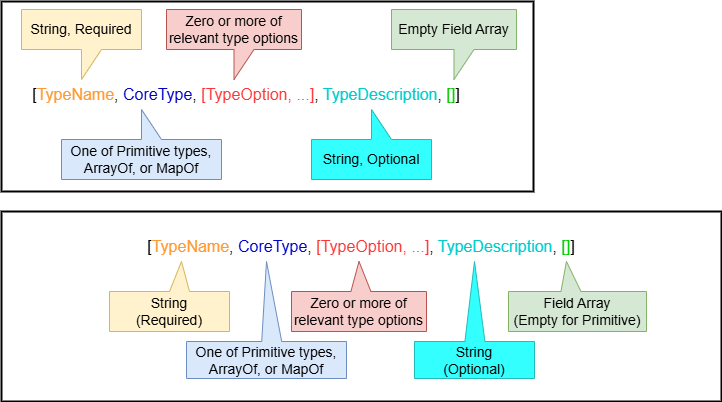
oasis-tcs/openc2-jadn-im keeps this draw.io diagram as images/JADN-primitive-json-ALT.drawio.png. Above is the earlier version. Source tidied: cells renumbered, new cells last; positions are measured from the earlier drawing's top-left corner, leaving out a move shared by most shapes. Its diagram source:
```xml
<mxGraphModel background="#ffffff">
  <root>
    <mxCell id="0" />
    <mxCell id="1" value="Background" parent="0" />
    <mxCell id="2" style="rounded=0;whiteSpace=wrap;html=1;fontSize=16;fontColor=#00CC00;fillColor=default;strokeWidth=2;" parent="1" vertex="1">
      <mxGeometry y="210" width="720" height="190" as="geometry" />
    </mxCell>
    <mxCell id="3" style="rounded=0;whiteSpace=wrap;html=1;fontSize=16;fontColor=#00CC00;fillColor=default;strokeWidth=2;" parent="1" vertex="1">
      <mxGeometry width="532" height="190" as="geometry" />
    </mxCell>
    <mxCell id="4" value="[&lt;font color=&quot;#ff9933&quot; style=&quot;font-size: 16px;&quot;&gt;TypeName&lt;/font&gt;, &lt;font color=&quot;#0000cc&quot; style=&quot;font-size: 16px;&quot;&gt;CoreType&lt;/font&gt;, &lt;font color=&quot;#ff3333&quot; style=&quot;font-size: 16px;&quot;&gt;[TypeOption, ...]&lt;/font&gt;, &lt;font color=&quot;#00cccc&quot; style=&quot;font-size: 16px;&quot;&gt;TypeDescription&lt;/font&gt;, &lt;font color=&quot;#00cc00&quot; style=&quot;font-size: 16px;&quot;&gt;[]&lt;/font&gt;]" style="text;html=1;strokeColor=none;fillColor=none;align=center;verticalAlign=middle;whiteSpace=wrap;rounded=0;fontSize=16;" parent="1" vertex="1">
      <mxGeometry x="10" y="78" width="470" height="30" as="geometry" />
    </mxCell>
    <mxCell id="5" value="String, Required" style="shape=callout;whiteSpace=wrap;html=1;perimeter=calloutPerimeter;fontSize=14;fillColor=#fff2cc;strokeColor=#d6b656;" parent="1" vertex="1">
      <mxGeometry x="20" y="8" width="120" height="70" as="geometry" />
    </mxCell>
    <mxCell id="6" value="One of Primitive types, ArrayOf, or MapOf" style="shape=callout;whiteSpace=wrap;html=1;perimeter=calloutPerimeter;fontSize=14;fillColor=#dae8fc;strokeColor=#6c8ebf;position2=0.5;flipV=1;" parent="1" vertex="1">
      <mxGeometry x="60" y="108" width="160" height="70" as="geometry" />
    </mxCell>
    <mxCell id="7" value="Zero or more of relevant type options" style="shape=callout;whiteSpace=wrap;html=1;perimeter=calloutPerimeter;fontSize=14;fillColor=#f8cecc;strokeColor=#b85450;" parent="1" vertex="1">
      <mxGeometry x="165" y="8" width="135" height="70" as="geometry" />
    </mxCell>
    <mxCell id="8" value="String, Optional" style="shape=callout;whiteSpace=wrap;html=1;perimeter=calloutPerimeter;fontSize=14;fillColor=#33FFFF;strokeColor=#25BABA;flipV=1;" parent="1" vertex="1">
      <mxGeometry x="310" y="108" width="120" height="70" as="geometry" />
    </mxCell>
    <mxCell id="9" value="Empty Field Array" style="shape=callout;whiteSpace=wrap;html=1;perimeter=calloutPerimeter;fontSize=14;fillColor=#d5e8d4;strokeColor=#82b366;" parent="1" vertex="1">
      <mxGeometry x="390" y="8" width="125" height="70" as="geometry" />
    </mxCell>
    <mxCell id="10" value="Image" parent="0" />
    <mxCell id="11" value="[&lt;font color=&quot;#ff9933&quot; style=&quot;font-size: 16px;&quot;&gt;TypeName&lt;/font&gt;, &lt;font color=&quot;#0000cc&quot; style=&quot;font-size: 16px;&quot;&gt;CoreType&lt;/font&gt;, &lt;font color=&quot;#ff3333&quot; style=&quot;font-size: 16px;&quot;&gt;[TypeOption, ...]&lt;/font&gt;, &lt;font color=&quot;#00cccc&quot; style=&quot;font-size: 16px;&quot;&gt;TypeDescription&lt;/font&gt;, &lt;font style=&quot;font-size: 16px; color: rgb(0, 204, 0);&quot;&gt;[]&lt;/font&gt;]" style="text;html=1;strokeColor=none;fillColor=none;align=center;verticalAlign=middle;whiteSpace=wrap;rounded=0;fontSize=16;" parent="10" vertex="1">
      <mxGeometry x="125" y="230" width="470" height="30" as="geometry" />
    </mxCell>
    <mxCell id="12" value="String&lt;br&gt;(Required)" style="shape=callout;whiteSpace=wrap;html=1;perimeter=calloutPerimeter;fontSize=14;fillColor=#fff2cc;strokeColor=#d6b656;flipV=1;size=30;position=0.5;position2=0.6;" parent="10" vertex="1">
      <mxGeometry x="108" y="260" width="120" height="70" as="geometry" />
    </mxCell>
    <mxCell id="13" value="One of Primitive types, ArrayOf, or MapOf" style="shape=callout;whiteSpace=wrap;html=1;perimeter=calloutPerimeter;fontSize=14;fillColor=#dae8fc;strokeColor=#6c8ebf;position2=0.5;flipV=1;size=80;position=0.47;" parent="10" vertex="1">
      <mxGeometry x="185" y="260" width="160" height="117" as="geometry" />
    </mxCell>
    <mxCell id="14" value="Zero or more of relevant type options" style="shape=callout;whiteSpace=wrap;html=1;perimeter=calloutPerimeter;fontSize=14;fillColor=#f8cecc;strokeColor=#b85450;flipV=1;size=30;position=0.44;" parent="10" vertex="1">
      <mxGeometry x="290" y="260" width="135" height="70" as="geometry" />
    </mxCell>
    <mxCell id="15" value="String&lt;div&gt;(Optional)&lt;/div&gt;" style="shape=callout;whiteSpace=wrap;html=1;perimeter=calloutPerimeter;fontSize=14;fillColor=#33FFFF;strokeColor=#25BABA;flipV=1;size=80;position=0.42;" parent="10" vertex="1">
      <mxGeometry x="413" y="260" width="120" height="117" as="geometry" />
    </mxCell>
    <mxCell id="16" value="Field Array&lt;div&gt;(Empty for Primitive)&lt;/div&gt;" style="shape=callout;whiteSpace=wrap;html=1;perimeter=calloutPerimeter;fontSize=14;fillColor=#d5e8d4;strokeColor=#82b366;flipV=1;size=30;position=0.38;position2=0.42;" parent="10" vertex="1">
      <mxGeometry x="507" y="260" width="138" height="70" as="geometry" />
    </mxCell>
  </root>
</mxGraphModel>
```
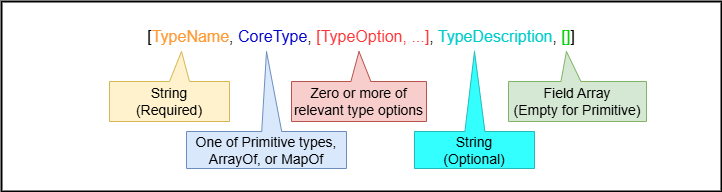
After the change.

Commit message:
remove as-is from -primitive- type diagram

Diff of the diagram source:
```diff
@@ -5,27 +5,6 @@
     <mxCell id="2" style="rounded=0;whiteSpace=wrap;html=1;fontSize=16;fontColor=#00CC00;fillColor=default;strokeWidth=2;" parent="1" vertex="1">
       <mxGeometry y="210" width="720" height="190" as="geometry" />
     </mxCell>
-    <mxCell id="3" style="rounded=0;whiteSpace=wrap;html=1;fontSize=16;fontColor=#00CC00;fillColor=default;strokeWidth=2;" parent="1" vertex="1">
-      <mxGeometry width="532" height="190" as="geometry" />
-    </mxCell>
-    <mxCell id="4" value="[&lt;font color=&quot;#ff9933&quot; style=&quot;font-size: 16px;&quot;&gt;TypeName&lt;/font&gt;, &lt;font color=&quot;#0000cc&quot; style=&quot;font-size: 16px;&quot;&gt;CoreType&lt;/font&gt;, &lt;font color=&quot;#ff3333&quot; style=&quot;font-size: 16px;&quot;&gt;[TypeOption, ...]&lt;/font&gt;, &lt;font color=&quot;#00cccc&quot; style=&quot;font-size: 16px;&quot;&gt;TypeDescription&lt;/font&gt;, &lt;font color=&quot;#00cc00&quot; style=&quot;font-size: 16px;&quot;&gt;[]&lt;/font&gt;]" style="text;html=1;strokeColor=none;fillColor=none;align=center;verticalAlign=middle;whiteSpace=wrap;rounded=0;fontSize=16;" parent="1" vertex="1">
-      <mxGeometry x="10" y="78" width="470" height="30" as="geometry" />
-    </mxCell>
-    <mxCell id="5" value="String, Required" style="shape=callout;whiteSpace=wrap;html=1;perimeter=calloutPerimeter;fontSize=14;fillColor=#fff2cc;strokeColor=#d6b656;" parent="1" vertex="1">
-      <mxGeometry x="20" y="8" width="120" height="70" as="geometry" />
-    </mxCell>
-    <mxCell id="6" value="One of Primitive types, ArrayOf, or MapOf" style="shape=callout;whiteSpace=wrap;html=1;perimeter=calloutPerimeter;fontSize=14;fillColor=#dae8fc;strokeColor=#6c8ebf;position2=0.5;flipV=1;" parent="1" vertex="1">
-      <mxGeometry x="60" y="108" width="160" height="70" as="geometry" />
-    </mxCell>
-    <mxCell id="7" value="Zero or more of relevant type options" style="shape=callout;whiteSpace=wrap;html=1;perimeter=calloutPerimeter;fontSize=14;fillColor=#f8cecc;strokeColor=#b85450;" parent="1" vertex="1">
-      <mxGeometry x="165" y="8" width="135" height="70" as="geometry" />
-    </mxCell>
-    <mxCell id="8" value="String, Optional" style="shape=callout;whiteSpace=wrap;html=1;perimeter=calloutPerimeter;fontSize=14;fillColor=#33FFFF;strokeColor=#25BABA;flipV=1;" parent="1" vertex="1">
-      <mxGeometry x="310" y="108" width="120" height="70" as="geometry" />
-    </mxCell>
-    <mxCell id="9" value="Empty Field Array" style="shape=callout;whiteSpace=wrap;html=1;perimeter=calloutPerimeter;fontSize=14;fillColor=#d5e8d4;strokeColor=#82b366;" parent="1" vertex="1">
-      <mxGeometry x="390" y="8" width="125" height="70" as="geometry" />
-    </mxCell>
     <mxCell id="10" value="Image" parent="0" />
     <mxCell id="11" value="[&lt;font color=&quot;#ff9933&quot; style=&quot;font-size: 16px;&quot;&gt;TypeName&lt;/font&gt;, &lt;font color=&quot;#0000cc&quot; style=&quot;font-size: 16px;&quot;&gt;CoreType&lt;/font&gt;, &lt;font color=&quot;#ff3333&quot; style=&quot;font-size: 16px;&quot;&gt;[TypeOption, ...]&lt;/font&gt;, &lt;font color=&quot;#00cccc&quot; style=&quot;font-size: 16px;&quot;&gt;TypeDescription&lt;/font&gt;, &lt;font style=&quot;font-size: 16px; color: rgb(0, 204, 0);&quot;&gt;[]&lt;/font&gt;]" style="text;html=1;strokeColor=none;fillColor=none;align=center;verticalAlign=middle;whiteSpace=wrap;rounded=0;fontSize=16;" parent="10" vertex="1">
       <mxGeometry x="125" y="230" width="470" height="30" as="geometry" />
```
